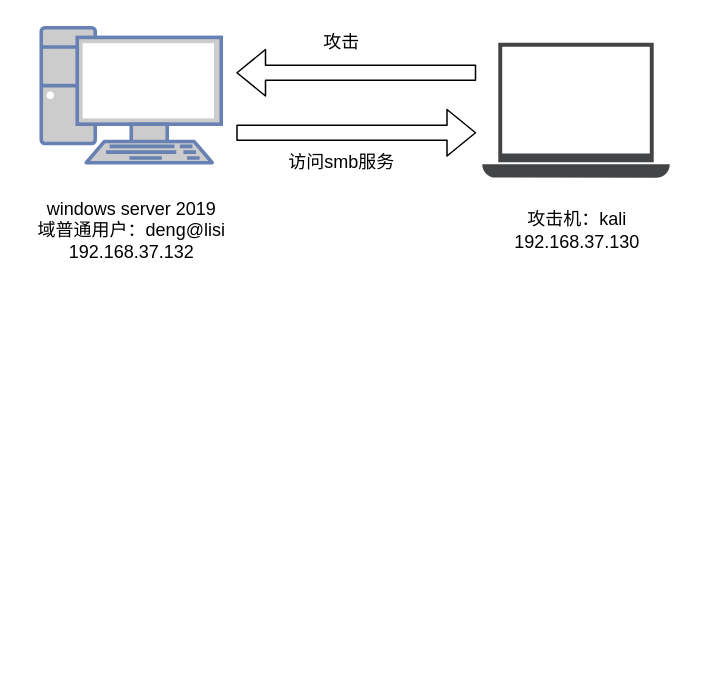
Earlier version of the draw.io diagram Untitled Diagram.drawio (dengxmenglihua/Behinder). Source tidied: cells renumbered, new cells numbered last; positions are measured from the earlier drawing's top-left corner, leaving out a move shared by most shapes. Both pictures are drawn from the tidied source at 150%, with x=0, y=0 at pixel (26, 27).
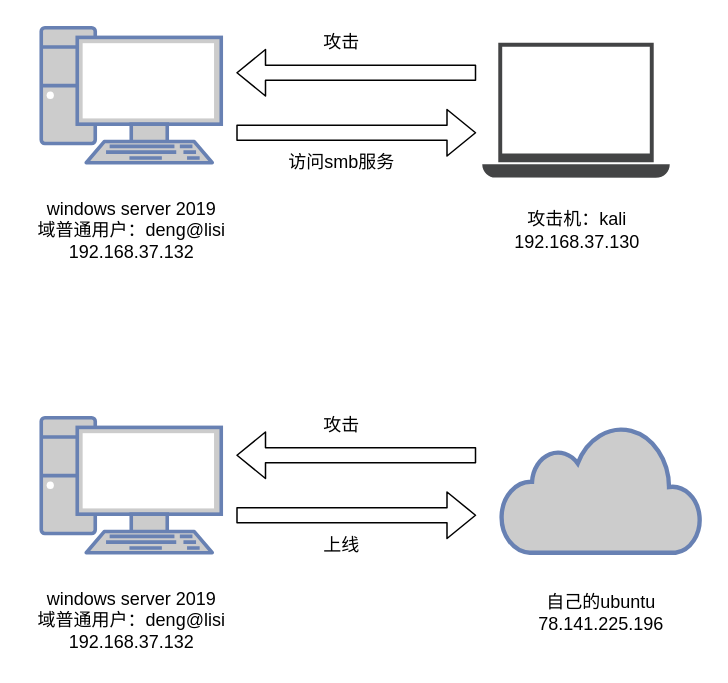
After the change.

Change to the diagram source:
```diff
@@
-    <mxCell id="8" value="windows server 2019&lt;br&gt;域普通用户：deng@lisi&lt;br&gt;192.168.37.132" style="text;html=1;align=center;verticalAlign=middle;strokeColor=none;" parent="1" vertex="1">
+    <mxCell id="8" value="windows server 2019&lt;br&gt;域普通用户：deng@lisi &lt;br&gt;192.168.37.132" style="text;html=1;align=center;verticalAlign=middle;strokeColor=none;" parent="1" vertex="1">
       <mxGeometry y="110" width="140" height="50" as="geometry" />
     </mxCell>
@@
+    <mxCell id="10" style="fontColor=#0066CC;verticalAlign=top;verticalLabelPosition=bottom;labelPosition=center;align=center;html=1;fillColor=#CCCCCC;strokeColor=#6881B3;gradientColor=none;gradientDirection=north;strokeWidth=2;shape=mxgraph.networks.pc;" parent="1" vertex="1">
+      <mxGeometry x="10" y="260" width="120" height="90" as="geometry" />
+    </mxCell>
+    <mxCell id="11" value="windows server 2019&lt;br&gt;域普通用户：deng@lisi &lt;br&gt;192.168.37.132" style="text;html=1;align=center;verticalAlign=middle;strokeColor=none;" parent="1" vertex="1">
+      <mxGeometry y="370" width="140" height="50" as="geometry" />
+    </mxCell>
+    <mxCell id="12" style="html=1;fillColor=#CCCCCC;strokeColor=#6881B3;gradientColor=none;gradientDirection=north;strokeWidth=2;shape=mxgraph.networks.cloud;fontColor=#ffffff;" parent="1" vertex="1">
+      <mxGeometry x="316.5" y="265" width="133.5" height="85" as="geometry" />
+    </mxCell>
+    <mxCell id="13" value="自己的ubuntu&lt;br&gt;78.141.225.196&lt;br&gt;" style="text;html=1;align=center;verticalAlign=middle;strokeColor=none;" parent="1" vertex="1">
+      <mxGeometry x="333.2" y="375" width="100" height="30" as="geometry" />
+    </mxCell>
+    <mxCell id="14" style="shape=flexArrow;endArrow=classic;html=1;" parent="1" edge="1">
+      <mxGeometry relative="1" as="geometry">
+        <mxPoint x="140" y="325" as="sourcePoint" />
+        <mxPoint x="300" y="325" as="targetPoint" />
+      </mxGeometry>
+    </mxCell>
+    <mxCell id="15" style="shape=flexArrow;endArrow=classic;html=1;" parent="1" edge="1">
+      <mxGeometry relative="1" as="geometry">
+        <mxPoint x="300" y="285" as="sourcePoint" />
+        <mxPoint x="140" y="285" as="targetPoint" />
+      </mxGeometry>
+    </mxCell>
+    <mxCell id="16" value="上线" style="text;html=1;align=center;verticalAlign=middle;strokeColor=none;" parent="1" vertex="1">
+      <mxGeometry x="190" y="335" width="40" height="20" as="geometry" />
+    </mxCell>
+    <mxCell id="17" value="攻击" style="text;html=1;align=center;verticalAlign=middle;strokeColor=none;" parent="1" vertex="1">
+      <mxGeometry x="190" y="255" width="40" height="20" as="geometry" />
+    </mxCell>
```
